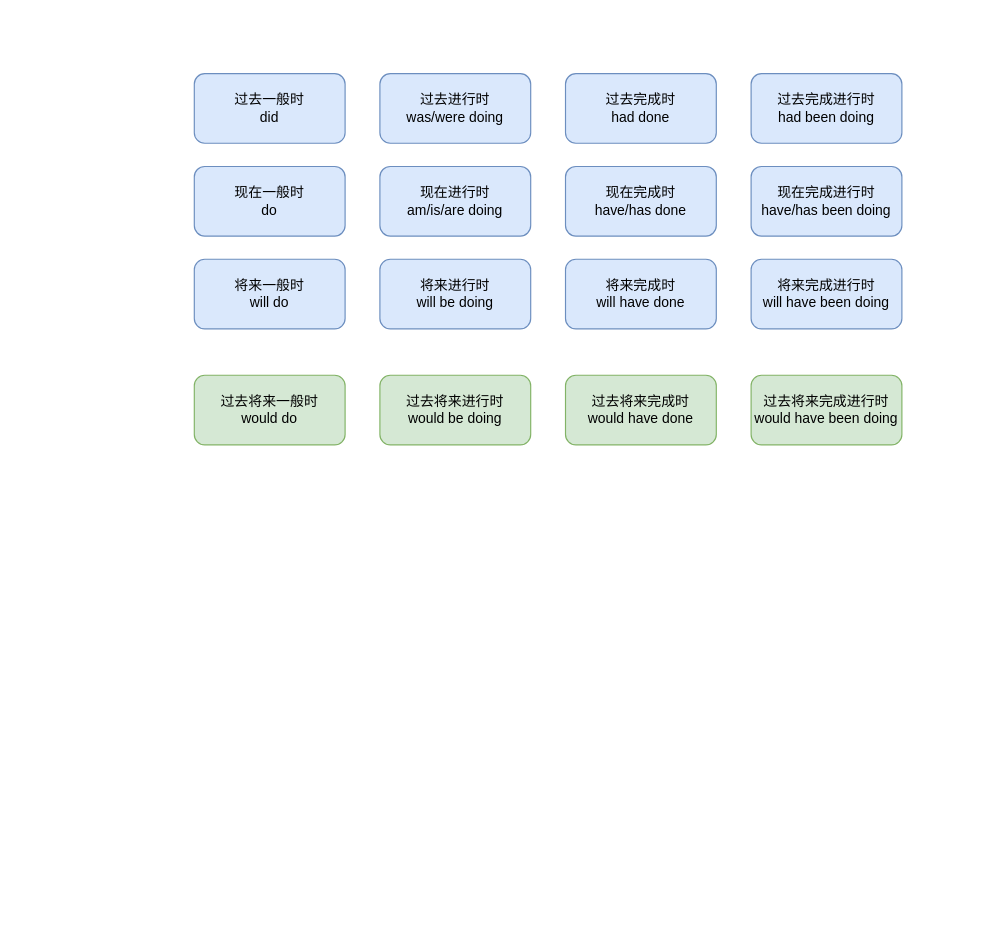
Above: English_tense.drawio in ZiqingYip/moment (draw.io), before the change. Source tidied: cells renumbered, new cells numbered last; positions are measured from the earlier drawing's top-left corner, leaving out a move shared by most shapes. Both pictures are drawn from the tidied source at 116%, with x=0, y=0 at pixel (194, 73).
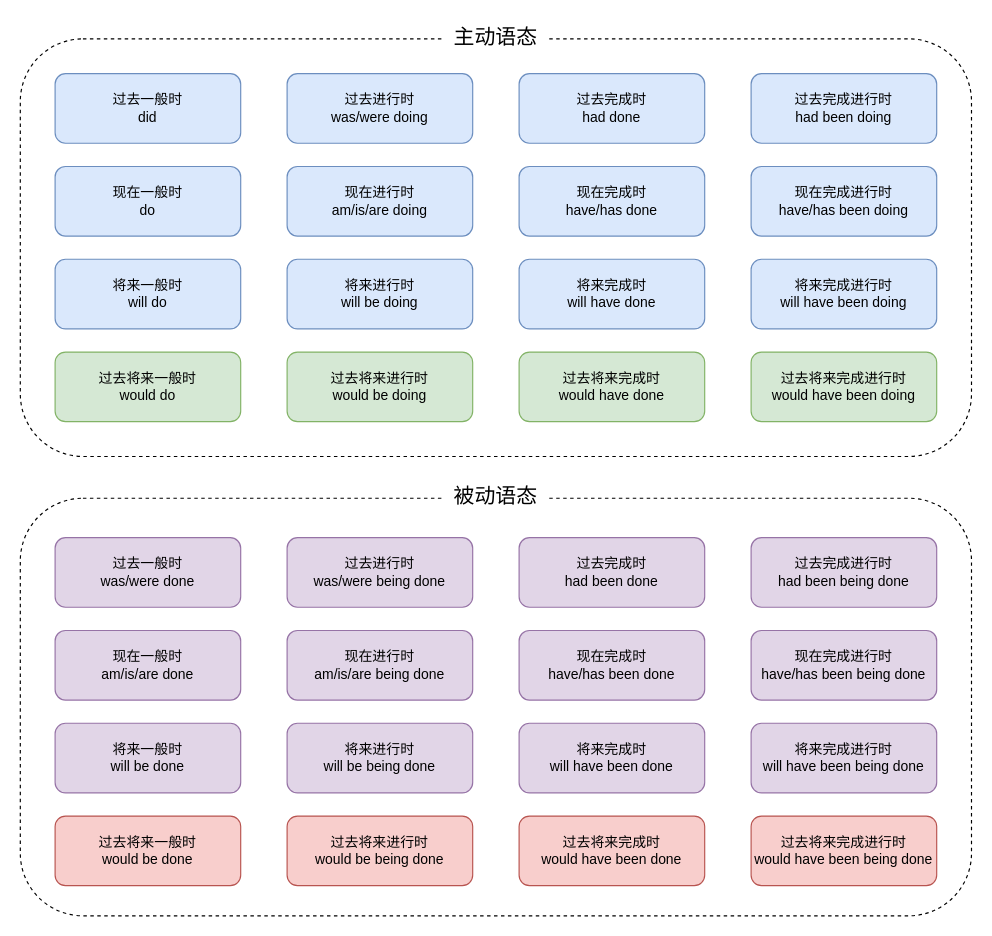
After the change.

What changed in the source:
```diff
@@
     <mxCell id="2" value="过去一般时&lt;br&gt;did" style="rounded=1;whiteSpace=wrap;html=1;fillColor=#dae8fc;strokeColor=#6c8ebf;" parent="1" vertex="1">
-      <mxGeometry width="130" height="60" as="geometry" />
+      <mxGeometry x="-120" width="160" height="60" as="geometry" />
     </mxCell>
     <mxCell id="3" value="现在一般时&lt;br&gt;do" style="rounded=1;whiteSpace=wrap;html=1;fillColor=#dae8fc;strokeColor=#6c8ebf;" parent="1" vertex="1">
-      <mxGeometry y="80" width="130" height="60" as="geometry" />
+      <mxGeometry x="-120" y="80" width="160" height="60" as="geometry" />
     </mxCell>
     <mxCell id="4" value="将来一般时&lt;br&gt;will do" style="rounded=1;whiteSpace=wrap;html=1;fillColor=#dae8fc;strokeColor=#6c8ebf;" parent="1" vertex="1">
-      <mxGeometry y="160" width="130" height="60" as="geometry" />
+      <mxGeometry x="-120" y="160" width="160" height="60" as="geometry" />
     </mxCell>
     <mxCell id="5" value="过去进行时&lt;br&gt;was/were doing" style="rounded=1;whiteSpace=wrap;html=1;fillColor=#dae8fc;strokeColor=#6c8ebf;" parent="1" vertex="1">
-      <mxGeometry x="160" width="130" height="60" as="geometry" />
+      <mxGeometry x="80" width="160" height="60" as="geometry" />
     </mxCell>
     <mxCell id="6" value="现在进行时&lt;br&gt;am/is/are doing" style="rounded=1;whiteSpace=wrap;html=1;fillColor=#dae8fc;strokeColor=#6c8ebf;" parent="1" vertex="1">
-      <mxGeometry x="160" y="80" width="130" height="60" as="geometry" />
+      <mxGeometry x="80" y="80" width="160" height="60" as="geometry" />
     </mxCell>
     <mxCell id="7" value="将来进行时&lt;br&gt;will be doing" style="rounded=1;whiteSpace=wrap;html=1;fillColor=#dae8fc;strokeColor=#6c8ebf;" parent="1" vertex="1">
-      <mxGeometry x="160" y="160" width="130" height="60" as="geometry" />
+      <mxGeometry x="80" y="160" width="160" height="60" as="geometry" />
     </mxCell>
     <mxCell id="8" value="过去完成时&lt;br&gt;had done" style="rounded=1;whiteSpace=wrap;html=1;fillColor=#dae8fc;strokeColor=#6c8ebf;" parent="1" vertex="1">
-      <mxGeometry x="320" width="130" height="60" as="geometry" />
+      <mxGeometry x="280" width="160" height="60" as="geometry" />
     </mxCell>
     <mxCell id="9" value="现在完成时&lt;br&gt;have/has done" style="rounded=1;whiteSpace=wrap;html=1;fillColor=#dae8fc;strokeColor=#6c8ebf;" parent="1" vertex="1">
-      <mxGeometry x="320" y="80" width="130" height="60" as="geometry" />
+      <mxGeometry x="280" y="80" width="160" height="60" as="geometry" />
     </mxCell>
     <mxCell id="10" value="将来完成时&lt;br&gt;will have done" style="rounded=1;whiteSpace=wrap;html=1;fillColor=#dae8fc;strokeColor=#6c8ebf;" parent="1" vertex="1">
-      <mxGeometry x="320" y="160" width="130" height="60" as="geometry" />
+      <mxGeometry x="280" y="160" width="160" height="60" as="geometry" />
     </mxCell>
     <mxCell id="11" value="过去完成进行时&lt;br&gt;had been doing" style="rounded=1;whiteSpace=wrap;html=1;fillColor=#dae8fc;strokeColor=#6c8ebf;" parent="1" vertex="1">
-      <mxGeometry x="480" width="130" height="60" as="geometry" />
+      <mxGeometry x="480" width="160" height="60" as="geometry" />
     </mxCell>
     <mxCell id="12" value="现在完成进行时&lt;br&gt;have/has been doing" style="rounded=1;whiteSpace=wrap;html=1;fillColor=#dae8fc;strokeColor=#6c8ebf;" parent="1" vertex="1">
-      <mxGeometry x="480" y="80" width="130" height="60" as="geometry" />
+      <mxGeometry x="480" y="80" width="160" height="60" as="geometry" />
     </mxCell>
     <mxCell id="13" value="将来完成进行时&lt;br&gt;will have been doing" style="rounded=1;whiteSpace=wrap;html=1;fillColor=#dae8fc;strokeColor=#6c8ebf;" parent="1" vertex="1">
-      <mxGeometry x="480" y="160" width="130" height="60" as="geometry" />
+      <mxGeometry x="480" y="160" width="160" height="60" as="geometry" />
     </mxCell>
     <mxCell id="14" value="过去将来一般时&lt;br&gt;would do" style="rounded=1;whiteSpace=wrap;html=1;fillColor=#d5e8d4;strokeColor=#82b366;" parent="1" vertex="1">
-      <mxGeometry y="260" width="130" height="60" as="geometry" />
+      <mxGeometry x="-120" y="240" width="160" height="60" as="geometry" />
     </mxCell>
     <mxCell id="15" value="过去将来进行时&lt;br&gt;would be doing" style="rounded=1;whiteSpace=wrap;html=1;fillColor=#d5e8d4;strokeColor=#82b366;" parent="1" vertex="1">
-      <mxGeometry x="160" y="260" width="130" height="60" as="geometry" />
+      <mxGeometry x="80" y="240" width="160" height="60" as="geometry" />
     </mxCell>
     <mxCell id="16" value="过去将来完成时&lt;br&gt;would have done" style="rounded=1;whiteSpace=wrap;html=1;fillColor=#d5e8d4;strokeColor=#82b366;" parent="1" vertex="1">
-      <mxGeometry x="320" y="260" width="130" height="60" as="geometry" />
+      <mxGeometry x="280" y="240" width="160" height="60" as="geometry" />
     </mxCell>
     <mxCell id="17" value="过去将来完成进行时&lt;br&gt;would have been doing" style="rounded=1;whiteSpace=wrap;html=1;fillColor=#d5e8d4;strokeColor=#82b366;" parent="1" vertex="1">
-      <mxGeometry x="480" y="260" width="130" height="60" as="geometry" />
+      <mxGeometry x="480" y="240" width="160" height="60" as="geometry" />
     </mxCell>
+    <mxCell id="18" value="过去一般时&lt;br&gt;was/were done" style="rounded=1;whiteSpace=wrap;html=1;fillColor=#e1d5e7;strokeColor=#9673a6;" parent="1" vertex="1">
+      <mxGeometry x="-120" y="400" width="160" height="60" as="geometry" />
+    </mxCell>
+    <mxCell id="19" value="现在一般时&lt;br&gt;am/is/are done" style="rounded=1;whiteSpace=wrap;html=1;fillColor=#e1d5e7;strokeColor=#9673a6;" parent="1" vertex="1">
+      <mxGeometry x="-120" y="480" width="160" height="60" as="geometry" />
+    </mxCell>
+    <mxCell id="20" value="将来一般时&lt;br&gt;will be done" style="rounded=1;whiteSpace=wrap;html=1;fillColor=#e1d5e7;strokeColor=#9673a6;" parent="1" vertex="1">
+      <mxGeometry x="-120" y="560" width="160" height="60" as="geometry" />
+    </mxCell>
+    <mxCell id="21" value="过去进行时&lt;br&gt;was/were being done" style="rounded=1;whiteSpace=wrap;html=1;fillColor=#e1d5e7;strokeColor=#9673a6;" parent="1" vertex="1">
+      <mxGeometry x="80" y="400" width="160" height="60" as="geometry" />
+    </mxCell>
+    <mxCell id="22" value="现在进行时&lt;br&gt;am/is/are being done" style="rounded=1;whiteSpace=wrap;html=1;fillColor=#e1d5e7;strokeColor=#9673a6;" parent="1" vertex="1">
+      <mxGeometry x="80" y="480" width="160" height="60" as="geometry" />
+    </mxCell>
+    <mxCell id="23" value="将来进行时&lt;br&gt;will be being done" style="rounded=1;whiteSpace=wrap;html=1;fillColor=#e1d5e7;strokeColor=#9673a6;" parent="1" vertex="1">
+      <mxGeometry x="80" y="560" width="160" height="60" as="geometry" />
+    </mxCell>
+    <mxCell id="24" value="过去完成时&lt;br&gt;had been done" style="rounded=1;whiteSpace=wrap;html=1;fillColor=#e1d5e7;strokeColor=#9673a6;" parent="1" vertex="1">
+      <mxGeometry x="280" y="400" width="160" height="60" as="geometry" />
+    </mxCell>
+    <mxCell id="25" value="现在完成时&lt;br&gt;have/has been done" style="rounded=1;whiteSpace=wrap;html=1;fillColor=#e1d5e7;strokeColor=#9673a6;" parent="1" vertex="1">
+      <mxGeometry x="280" y="480" width="160" height="60" as="geometry" />
+    </mxCell>
+    <mxCell id="26" value="将来完成时&lt;br&gt;will have been done" style="rounded=1;whiteSpace=wrap;html=1;fillColor=#e1d5e7;strokeColor=#9673a6;" parent="1" vertex="1">
+      <mxGeometry x="280" y="560" width="160" height="60" as="geometry" />
+    </mxCell>
+    <mxCell id="27" value="过去完成进行时&lt;br&gt;had been being done" style="rounded=1;whiteSpace=wrap;html=1;fillColor=#e1d5e7;strokeColor=#9673a6;" parent="1" vertex="1">
+      <mxGeometry x="480" y="400" width="160" height="60" as="geometry" />
+    </mxCell>
+    <mxCell id="28" value="现在完成进行时&lt;br&gt;have/has been being done" style="rounded=1;whiteSpace=wrap;html=1;fillColor=#e1d5e7;strokeColor=#9673a6;" parent="1" vertex="1">
+      <mxGeometry x="480" y="480" width="160" height="60" as="geometry" />
+    </mxCell>
+    <mxCell id="29" value="将来完成进行时&lt;br&gt;will have been being done" style="rounded=1;whiteSpace=wrap;html=1;fillColor=#e1d5e7;strokeColor=#9673a6;" parent="1" vertex="1">
+      <mxGeometry x="480" y="560" width="160" height="60" as="geometry" />
+    </mxCell>
+    <mxCell id="30" value="过去将来一般时&lt;br&gt;would be done" style="rounded=1;whiteSpace=wrap;html=1;fillColor=#f8cecc;strokeColor=#b85450;" parent="1" vertex="1">
+      <mxGeometry x="-120" y="640" width="160" height="60" as="geometry" />
+    </mxCell>
+    <mxCell id="31" value="过去将来进行时&lt;br&gt;would be being done" style="rounded=1;whiteSpace=wrap;html=1;fillColor=#f8cecc;strokeColor=#b85450;" parent="1" vertex="1">
+      <mxGeometry x="80" y="640" width="160" height="60" as="geometry" />
+    </mxCell>
+    <mxCell id="32" value="过去将来完成时&lt;br&gt;would have been done" style="rounded=1;whiteSpace=wrap;html=1;fillColor=#f8cecc;strokeColor=#b85450;" parent="1" vertex="1">
+      <mxGeometry x="280" y="640" width="160" height="60" as="geometry" />
+    </mxCell>
+    <mxCell id="33" value="过去将来完成进行时&lt;br&gt;would have been being done" style="rounded=1;whiteSpace=wrap;html=1;fillColor=#f8cecc;strokeColor=#b85450;" parent="1" vertex="1">
+      <mxGeometry x="480" y="640" width="160" height="60" as="geometry" />
+    </mxCell>
+    <mxCell id="34" style="rounded=1;whiteSpace=wrap;html=1;fillColor=none;dashed=1;" parent="1" vertex="1">
+      <mxGeometry x="-150" y="-30" width="820" height="360" as="geometry" />
+    </mxCell>
+    <mxCell id="35" value="&lt;font style=&quot;font-size: 18px;&quot;&gt;主动语态&lt;/font&gt;" style="text;html=1;align=center;verticalAlign=middle;whiteSpace=wrap;rounded=0;fillColor=default;" parent="1" vertex="1">
+      <mxGeometry x="215" y="-46" width="90" height="30" as="geometry" />
+    </mxCell>
+    <mxCell id="36" style="rounded=1;whiteSpace=wrap;html=1;fillColor=none;dashed=1;" parent="1" vertex="1">
+      <mxGeometry x="-150" y="366" width="820" height="360" as="geometry" />
+    </mxCell>
+    <mxCell id="37" value="&lt;font style=&quot;font-size: 18px;&quot;&gt;被动语态&lt;/font&gt;" style="text;html=1;align=center;verticalAlign=middle;whiteSpace=wrap;rounded=0;fillColor=default;" parent="1" vertex="1">
+      <mxGeometry x="215" y="350" width="90" height="30" as="geometry" />
+    </mxCell>
```
